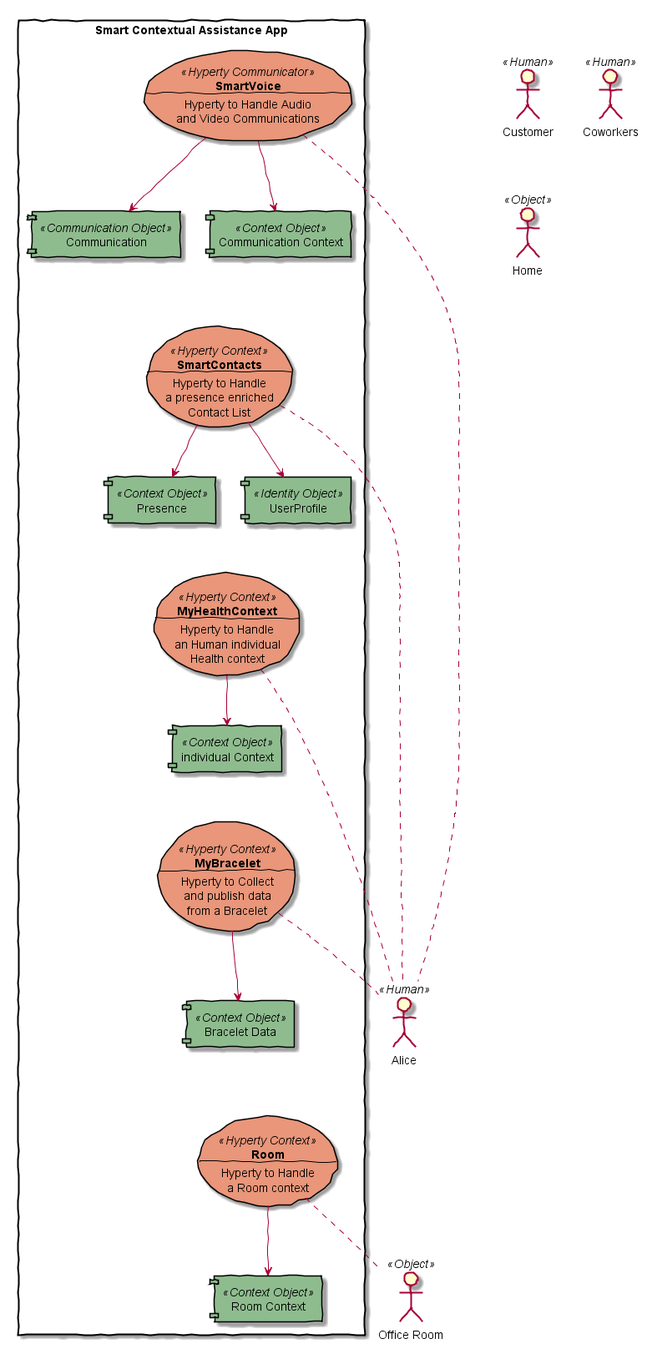
The PlantUML diagram docs/scenarios/smart-contextual-assistance/smart-contextual-assistance-hyperties.png in reTHINK-project/scenario-service-implementation, before a commit.
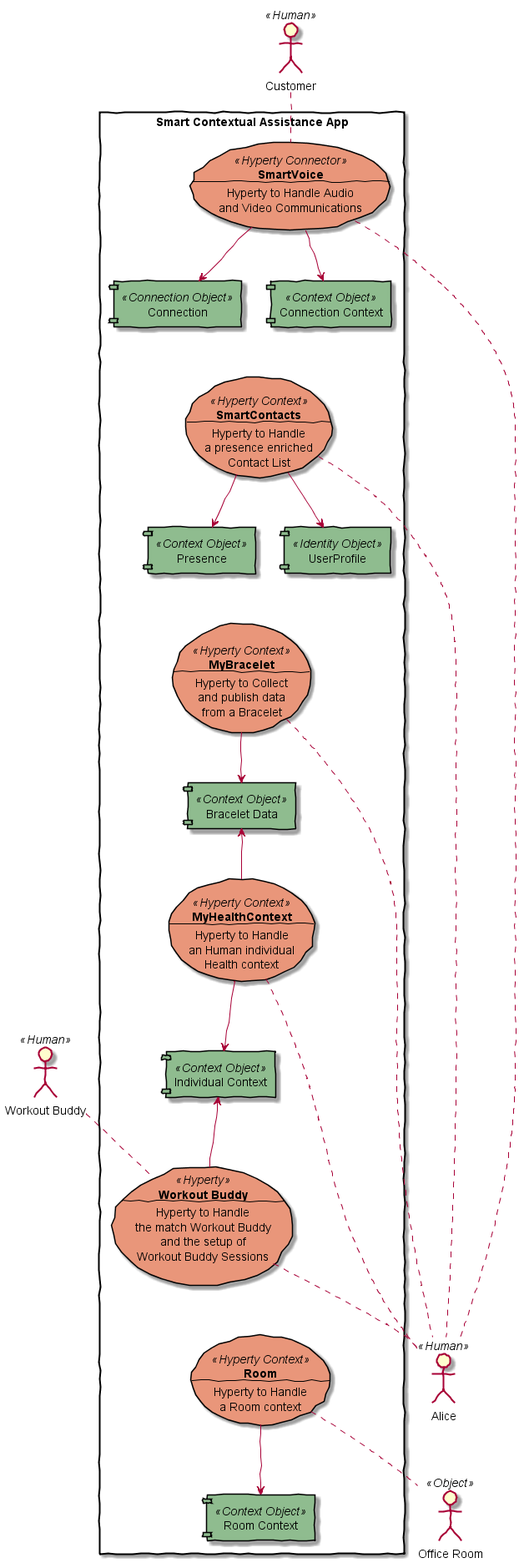
Above is the later version.

Commit message:
smart contextual assistance update

The edit, as a diff of the source:
```diff
@@ -19,19 +19,17 @@
 
 actor Alice << Human >>
 actor Customer <<Human>>
-actor Coworkers <<Human>>
 actor Office <<Object>> as "Office Room"
-actor "Home" <<Object>>
 
 rectangle "Smart Contextual Assistance App" {
-  usecase voiceH <<Hyperty Communicator>> as "**SmartVoice**
+  usecase voiceH <<Hyperty Connector>> as "**SmartVoice**
   --
   Hyperty to Handle Audio
   and Video Communications"
 
-	component Communication <<Communication Object>> as comObj
+	component Connection <<Connection Object>> as comObj
 
-	component "Communication Context" <<Context Object>> as ctxtObj
+	component "Connection Context" <<Context Object>> as ctxtObj
 
 	voiceH -down-> comObj
 
@@ -53,18 +51,6 @@
 
 	contactsH -[hidden]up- comObj
 
-	usecase myCtxtH <<Hyperty Context>> as "**MyHealthContext**
-  --
-  Hyperty to Handle
-  an Human individual
-	Health context"
-
-	component "individual Context" <<Context Object>> as myCtxtObj
-
-	myCtxtH -down-> myCtxtObj
-
-	myCtxtH -[hidden]up- presObj
-
 	usecase myBraH <<Hyperty Context>> as "**MyBracelet**
   --
   Hyperty to Collect
@@ -75,7 +61,30 @@
 
 	myBraH -down-> myBraObj
 
-	myBraH -[hidden]up- myCtxtObj
+	myBraH -[hidden]up- presObj
+
+	usecase myCtxtH <<Hyperty Context>> as "**MyHealthContext**
+  --
+  Hyperty to Handle
+  an Human individual
+	Health context"
+
+	component "Individual Context" <<Context Object>> as myCtxtObj
+
+	myCtxtH -up-> myBraObj
+
+	myCtxtH -down-> myCtxtObj
+
+
+	usecase myWorkoutBuddyH <<Hyperty>> as "**Workout Buddy**
+  --
+  Hyperty to Handle
+  the match Workout Buddy
+	and the setup of
+	Workout Buddy Sessions"
+
+	myWorkoutBuddyH -up-> myCtxtObj
+
 
 	usecase roomH <<Hyperty Context>> as "**Room**
   --
@@ -86,14 +95,19 @@
 
 	roomH -down-> roomCtxtObj
 
-	roomH -[hidden]up- myBraObj
+	roomH -[hidden]up- myWorkoutBuddyH
 
 }
 
+actor Buddy <<Human>> as "Workout Buddy"
+
 Alice .left- voiceH
+Customer .right- voiceH
 Alice .left- contactsH
 Alice .left- myCtxtH
 Alice .left- myBraH
+Alice .left- myWorkoutBuddyH
+Buddy .right- myWorkoutBuddyH
 Office .left- roomH
 
 @enduml
```
